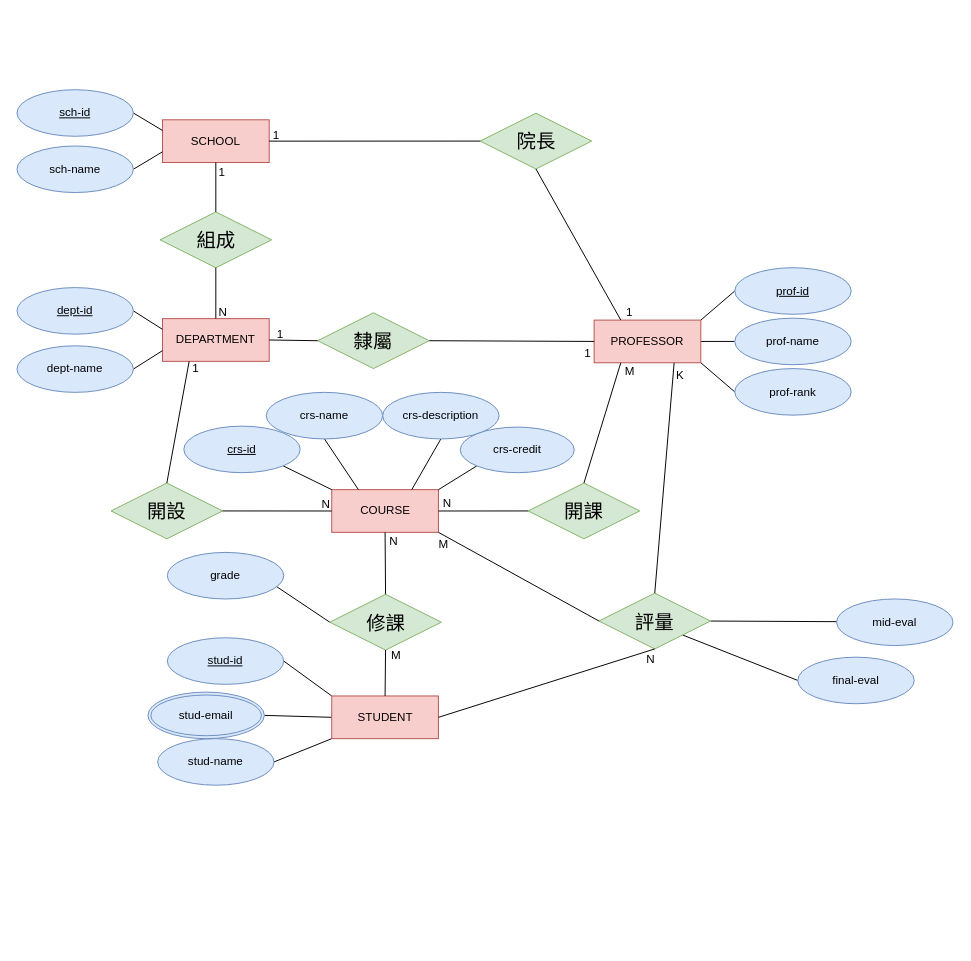
Before: page "校務教務資料庫3" (6 of 6) of HW1/HW1.drawio in alicejimmy/2022-Bioinformatics-and-Medical-Databases-HW, a draw.io diagram. Source tidied: cells renumbered, new cells numbered last; positions are measured from the earlier drawing's top-left corner, leaving out a move shared by most shapes. Both pictures are drawn from the tidied source at 97%, with x=0, y=0 at pixel (16, 89).
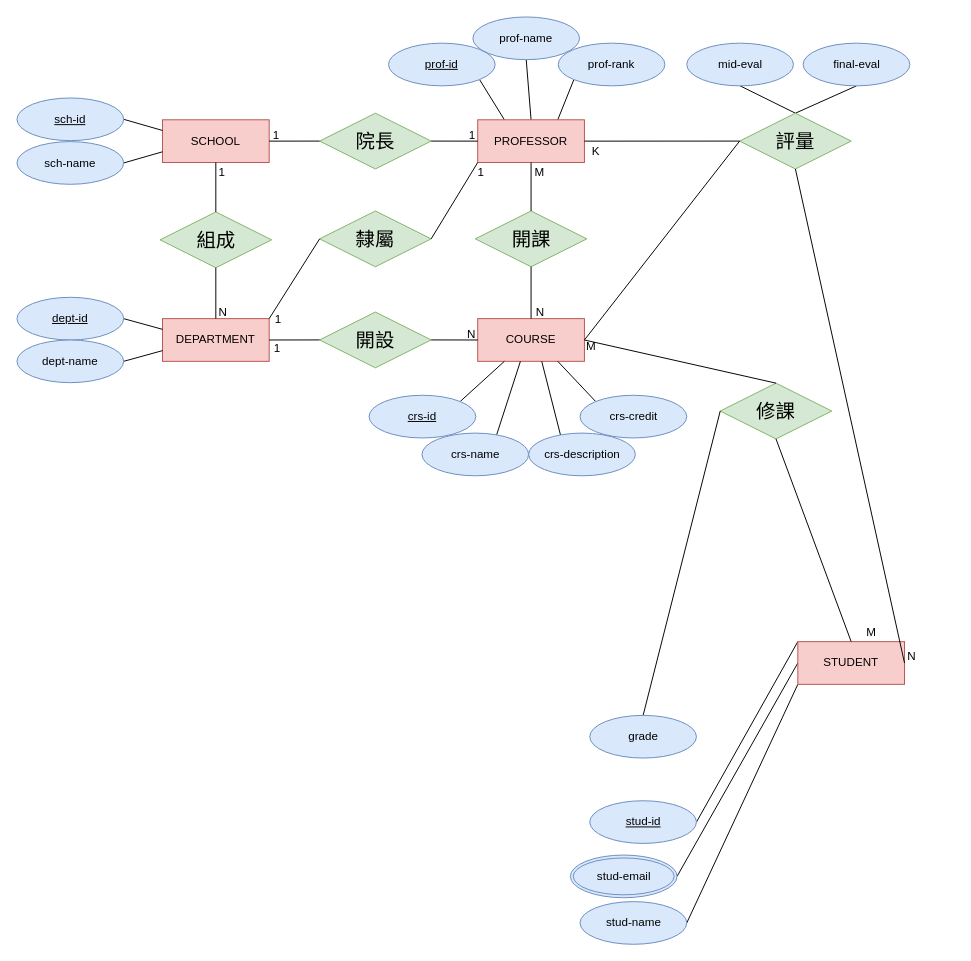
The same diagram, later.

The change refers to these unchanged cells:
```xml
<mxCell id="7" value="DEPARTMENT" style="whiteSpace=wrap;html=1;align=center;fillColor=#f8cecc;strokeColor=#b85450;" parent="1" vertex="1">
  <mxGeometry x="150" y="236" width="110" height="44" as="geometry" />
</mxCell>
```

The edit, as a diff of the source:
```diff
@@
     <mxCell id="4" value="sch-id" style="ellipse;whiteSpace=wrap;html=1;align=center;fontStyle=4;fillColor=#dae8fc;strokeColor=#6c8ebf;" parent="1" vertex="1">
-      <mxGeometry width="120" height="48" as="geometry" />
+      <mxGeometry y="8.5" width="110" height="44" as="geometry" />
     </mxCell>
@@
     <mxCell id="6" value="sch-name" style="ellipse;whiteSpace=wrap;html=1;align=center;fillColor=#dae8fc;strokeColor=#6c8ebf;" parent="1" vertex="1">
-      <mxGeometry y="58" width="120" height="48" as="geometry" />
+      <mxGeometry y="53.5" width="110" height="44" as="geometry" />
     </mxCell>
@@
     <mxCell id="9" value="dept-id" style="ellipse;whiteSpace=wrap;html=1;align=center;fontStyle=4;fillColor=#dae8fc;strokeColor=#6c8ebf;" parent="1" vertex="1">
-      <mxGeometry y="204" width="120" height="48" as="geometry" />
+      <mxGeometry y="214" width="110" height="44" as="geometry" />
     </mxCell>
@@
     <mxCell id="11" value="dept-name" style="ellipse;whiteSpace=wrap;html=1;align=center;fillColor=#dae8fc;strokeColor=#6c8ebf;" parent="1" vertex="1">
-      <mxGeometry y="264" width="120" height="48" as="geometry" />
+      <mxGeometry y="258" width="110" height="44" as="geometry" />
     </mxCell>
-    <mxCell id="12" value="COURSE" style="whiteSpace=wrap;html=1;align=center;fillColor=#f8cecc;strokeColor=#b85450;" parent="1" vertex="1">
-      <mxGeometry x="324.5" y="412.3" width="110" height="44" as="geometry" />
+    <mxCell id="12" value="COURSE" style="whiteSpace=wrap;html=1;align=center;fillColor=#f8cecc;strokeColor=#b85450;points=[[0,0,0,0,0],[0,0.25,0,0,0],[0,0.5,0,0,0],[0,0.75,0,0,0],[0,1,0,0,0],[0.25,0,0,0,0],[0.25,1,0,0,0],[0.4,1,0,0,0],[0.5,0,0,0,0],[0.5,1,0,0,0],[0.6,1,0,0,0],[0.75,0,0,0,0],[0.75,1,0,0,0],[1,0,0,0,0],[1,0.25,0,0,0],[1,0.5,0,0,0],[1,0.75,0,0,0],[1,1,0,0,0]];" parent="1" vertex="1">
+      <mxGeometry x="475" y="236" width="110" height="44" as="geometry" />
     </mxCell>
@@
     <mxCell id="16" value="STUDENT" style="whiteSpace=wrap;html=1;align=center;fillColor=#f8cecc;strokeColor=#b85450;" parent="1" vertex="1">
-      <mxGeometry x="324.5" y="625" width="110" height="44" as="geometry" />
+      <mxGeometry x="805" y="569" width="110" height="44" as="geometry" />
     </mxCell>
     <mxCell id="17" value="stud-id" style="ellipse;whiteSpace=wrap;html=1;align=center;fontStyle=4;fillColor=#dae8fc;strokeColor=#6c8ebf;" parent="1" vertex="1">
-      <mxGeometry x="155" y="565" width="120" height="48" as="geometry" />
+      <mxGeometry x="590.5" y="733" width="110" height="44" as="geometry" />
     </mxCell>
     <mxCell id="18" value="stud-name" style="ellipse;whiteSpace=wrap;html=1;align=center;fillColor=#dae8fc;strokeColor=#6c8ebf;" parent="1" vertex="1">
-      <mxGeometry x="145" y="669" width="120" height="48" as="geometry" />
+      <mxGeometry x="580.5" y="837" width="110" height="44" as="geometry" />
     </mxCell>
     <mxCell id="19" value="stud-email" style="ellipse;shape=doubleEllipse;margin=3;whiteSpace=wrap;html=1;align=center;fillColor=#dae8fc;strokeColor=#6c8ebf;" parent="1" vertex="1">
-      <mxGeometry x="135" y="621" width="120" height="48" as="geometry" />
+      <mxGeometry x="570.5" y="789" width="110" height="44" as="geometry" />
     </mxCell>
-    <mxCell id="20" style="edgeStyle=none;rounded=0;jettySize=auto;html=1;exitX=1;exitY=0;exitDx=0;exitDy=0;entryX=0;entryY=0.5;entryDx=0;entryDy=0;endArrow=none;endFill=0;" parent="1" edge="1" source="23" target="24">
+    <mxCell id="20" style="edgeStyle=none;rounded=0;jettySize=auto;html=1;exitX=0.25;exitY=0;exitDx=0;exitDy=0;entryX=1;entryY=1;entryDx=0;entryDy=0;endArrow=none;endFill=0;" parent="1" edge="1" source="23" target="24">
       <mxGeometry relative="1" as="geometry" />
     </mxCell>
-    <mxCell id="21" style="edgeStyle=none;rounded=0;jettySize=auto;html=1;exitX=1;exitY=0.5;exitDx=0;exitDy=0;entryX=0;entryY=0.5;entryDx=0;entryDy=0;endArrow=none;endFill=0;" parent="1" edge="1" source="23" target="25">
+    <mxCell id="21" style="edgeStyle=none;rounded=0;jettySize=auto;html=1;exitX=0.5;exitY=0;exitDx=0;exitDy=0;entryX=0.5;entryY=1;entryDx=0;entryDy=0;endArrow=none;endFill=0;" parent="1" edge="1" source="23" target="25">
       <mxGeometry relative="1" as="geometry" />
     </mxCell>
-    <mxCell id="22" style="edgeStyle=none;rounded=0;jettySize=auto;html=1;exitX=1;exitY=1;exitDx=0;exitDy=0;entryX=0;entryY=0.5;entryDx=0;entryDy=0;endArrow=none;endFill=0;" parent="1" edge="1" source="23" target="26">
+    <mxCell id="22" style="edgeStyle=none;rounded=0;jettySize=auto;html=1;exitX=0.75;exitY=0;exitDx=0;exitDy=0;entryX=0;entryY=1;entryDx=0;entryDy=0;endArrow=none;endFill=0;" parent="1" edge="1" source="23" target="26">
       <mxGeometry relative="1" as="geometry" />
     </mxCell>
     <mxCell id="23" value="PROFESSOR" style="whiteSpace=wrap;html=1;align=center;fillColor=#f8cecc;strokeColor=#b85450;" parent="1" vertex="1">
-      <mxGeometry x="595" y="237.5" width="110" height="44" as="geometry" />
+      <mxGeometry x="475" y="31" width="110" height="44" as="geometry" />
     </mxCell>
     <mxCell id="24" value="prof-id" style="ellipse;whiteSpace=wrap;html=1;align=center;fontStyle=4;fillColor=#dae8fc;strokeColor=#6c8ebf;" parent="1" vertex="1">
-      <mxGeometry x="740" y="183.5" width="120" height="48" as="geometry" />
+      <mxGeometry x="383" y="-48" width="110" height="44" as="geometry" />
     </mxCell>
     <mxCell id="25" value="prof-name" style="ellipse;whiteSpace=wrap;html=1;align=center;fillColor=#dae8fc;strokeColor=#6c8ebf;" parent="1" vertex="1">
-      <mxGeometry x="740" y="235.5" width="120" height="48" as="geometry" />
+      <mxGeometry x="470" y="-75" width="110" height="44" as="geometry" />
     </mxCell>
     <mxCell id="26" value="prof-rank" style="ellipse;whiteSpace=wrap;html=1;align=center;fillColor=#dae8fc;strokeColor=#6c8ebf;" parent="1" vertex="1">
-      <mxGeometry x="740" y="287.5" width="120" height="48" as="geometry" />
+      <mxGeometry x="558" y="-48" width="110" height="44" as="geometry" />
     </mxCell>
@@
     <mxCell id="32" value="開設" style="shape=rhombus;perimeter=rhombusPerimeter;whiteSpace=wrap;html=1;align=center;shadow=0;labelBackgroundColor=none;sketch=0;fontSize=20;fillColor=#d5e8d4;strokeColor=#82b366;" parent="1" vertex="1">
-      <mxGeometry x="97" y="405.5" width="115" height="57.5" as="geometry" />
+      <mxGeometry x="312" y="229.2" width="115" height="57.5" as="geometry" />
     </mxCell>
-    <mxCell id="33" style="endArrow=none;html=1;rounded=0;exitX=0.5;exitY=0;exitDx=0;exitDy=0;entryX=0.25;entryY=1;entryDx=0;entryDy=0;" parent="1" edge="1" source="32" target="7">
+    <mxCell id="33" style="endArrow=none;html=1;rounded=0;exitX=0;exitY=0.5;exitDx=0;exitDy=0;entryX=1;entryY=0.5;entryDx=0;entryDy=0;" parent="1" edge="1" source="32" target="7">
       <mxGeometry relative="1" as="geometry" />
     </mxCell>
     <mxCell id="34" value="1" style="html=1;align=right;verticalAlign=bottom;" parent="33" vertex="1">
       <mxGeometry x="1" relative="1" as="geometry">
-        <mxPoint x="10" y="15" as="offset" />
+        <mxPoint x="12" y="17" as="offset" />
       </mxGeometry>
     </mxCell>
@@
     <mxCell id="37" value="開課" style="shape=rhombus;perimeter=rhombusPerimeter;whiteSpace=wrap;html=1;align=center;shadow=0;labelBackgroundColor=none;sketch=0;fontSize=20;fillColor=#d5e8d4;strokeColor=#82b366;" parent="1" vertex="1">
-      <mxGeometry x="527" y="405.5" width="115" height="57.5" as="geometry" />
+      <mxGeometry x="472.5" y="125" width="115" height="57.5" as="geometry" />
     </mxCell>
-    <mxCell id="38" style="endArrow=none;html=1;rounded=0;exitX=0;exitY=0.5;exitDx=0;exitDy=0;entryX=1;entryY=0.5;entryDx=0;entryDy=0;" parent="1" edge="1" source="37" target="12">
+    <mxCell id="38" style="endArrow=none;html=1;rounded=0;exitX=0.5;exitY=1;exitDx=0;exitDy=0;entryX=0.5;entryY=0;entryDx=0;entryDy=0;" parent="1" edge="1" source="37" target="12">
       <mxGeometry relative="1" as="geometry" />
     </mxCell>
@@
-    <mxCell id="40" style="endArrow=none;html=1;rounded=0;exitX=0.5;exitY=0;exitDx=0;exitDy=0;entryX=0.25;entryY=1;entryDx=0;entryDy=0;" parent="1" edge="1" source="37" target="23">
+    <mxCell id="40" style="endArrow=none;html=1;rounded=0;exitX=0.5;exitY=0;exitDx=0;exitDy=0;entryX=0.5;entryY=1;entryDx=0;entryDy=0;" parent="1" edge="1" source="37" target="23">
       <mxGeometry relative="1" as="geometry" />
     </mxCell>
@@
     <mxCell id="42" value="修課" style="shape=rhombus;perimeter=rhombusPerimeter;whiteSpace=wrap;html=1;align=center;shadow=0;labelBackgroundColor=none;sketch=0;fontSize=20;fillColor=#d5e8d4;strokeColor=#82b366;points=[[0,0.5,0,0,0],[0.13,0.37,0,0,0],[0.13,0.64,0,0,0],[0.25,0.24,0,0,0],[0.25,0.75,0,0,0],[0.5,0,0,0,0],[0.5,1,0,0,0],[0.75,0.24,0,0,0],[0.75,0.75,0,0,0],[1,0.5,0,0,0]];" parent="1" vertex="1">
-      <mxGeometry x="322.5" y="520.2" width="115" height="57.5" as="geometry" />
+      <mxGeometry x="725" y="302.5" width="115" height="57.5" as="geometry" />
     </mxCell>
-    <mxCell id="43" style="endArrow=none;html=1;rounded=0;exitX=0.5;exitY=0;exitDx=0;exitDy=0;entryX=0.5;entryY=1;entryDx=0;entryDy=0;" parent="1" edge="1" source="42" target="12">
-      <mxGeometry relative="1" as="geometry" />
-    </mxCell>
-    <mxCell id="44" value="N" style="html=1;align=right;verticalAlign=bottom;" parent="43" vertex="1">
-      <mxGeometry x="1" relative="1" as="geometry">
-        <mxPoint x="14" y="18" as="offset" />
-      </mxGeometry>
-    </mxCell>
-    <mxCell id="45" style="endArrow=none;html=1;rounded=0;exitX=0.5;exitY=1;exitDx=0;exitDy=0;entryX=0.5;entryY=0;entryDx=0;entryDy=0;exitPerimeter=0;" parent="1" edge="1" source="42" target="16">
-      <mxGeometry relative="1" as="geometry" />
-    </mxCell>
-    <mxCell id="46" value="M" style="html=1;align=right;verticalAlign=bottom;" parent="45" vertex="1">
-      <mxGeometry x="1" relative="1" as="geometry">
-        <mxPoint x="16" y="-34" as="offset" />
-      </mxGeometry>
-    </mxCell>
@@
     <mxCell id="48" value="grade" style="ellipse;whiteSpace=wrap;html=1;align=center;fillColor=#dae8fc;strokeColor=#6c8ebf;" parent="1" vertex="1">
-      <mxGeometry x="155" y="477" width="120" height="48" as="geometry" />
+      <mxGeometry x="590.5" y="645" width="110" height="44" as="geometry" />
     </mxCell>
-    <mxCell id="49" style="edgeStyle=none;rounded=0;jettySize=auto;html=1;exitX=1;exitY=0.5;exitDx=0;exitDy=0;endArrow=none;endFill=0;entryX=1;entryY=0.5;entryDx=0;entryDy=0;" parent="1" edge="1" source="50" target="68">
+    <mxCell id="49" style="edgeStyle=none;rounded=0;jettySize=auto;html=1;exitX=0.5;exitY=1;exitDx=0;exitDy=0;endArrow=none;endFill=0;entryX=0.5;entryY=0;entryDx=0;entryDy=0;" parent="1" edge="1" source="50" target="68">
       <mxGeometry relative="1" as="geometry" />
     </mxCell>
     <mxCell id="50" value="mid-eval" style="ellipse;whiteSpace=wrap;html=1;align=center;fillColor=#dae8fc;strokeColor=#6c8ebf;" parent="1" vertex="1">
-      <mxGeometry x="845" y="525" width="120" height="48" as="geometry" />
+      <mxGeometry x="690.5" y="-48" width="110" height="44" as="geometry" />
     </mxCell>
-    <mxCell id="51" style="edgeStyle=none;rounded=0;jettySize=auto;html=1;exitX=0;exitY=0.5;exitDx=0;exitDy=0;endArrow=none;endFill=0;entryX=1;entryY=1;entryDx=0;entryDy=0;" parent="1" edge="1" source="52" target="68">
+    <mxCell id="51" style="edgeStyle=none;rounded=0;jettySize=auto;html=1;exitX=0.5;exitY=1;exitDx=0;exitDy=0;endArrow=none;endFill=0;entryX=0.5;entryY=0;entryDx=0;entryDy=0;" parent="1" edge="1" source="52" target="68">
       <mxGeometry relative="1" as="geometry" />
     </mxCell>
     <mxCell id="52" value="final-eval" style="ellipse;whiteSpace=wrap;html=1;align=center;fillColor=#dae8fc;strokeColor=#6c8ebf;" parent="1" vertex="1">
-      <mxGeometry x="805" y="585" width="120" height="48" as="geometry" />
+      <mxGeometry x="810.5" y="-48" width="110" height="44" as="geometry" />
     </mxCell>
     <mxCell id="53" value="院長" style="shape=rhombus;perimeter=rhombusPerimeter;whiteSpace=wrap;html=1;align=center;shadow=0;labelBackgroundColor=none;sketch=0;fontSize=20;fillColor=#d5e8d4;strokeColor=#82b366;" parent="1" vertex="1">
-      <mxGeometry x="477.5" y="24.2" width="115" height="57.5" as="geometry" />
+      <mxGeometry x="312" y="24.2" width="115" height="57.5" as="geometry" />
     </mxCell>
-    <mxCell id="54" style="endArrow=none;html=1;rounded=0;exitX=0.5;exitY=1;exitDx=0;exitDy=0;entryX=0.25;entryY=0;entryDx=0;entryDy=0;" parent="1" edge="1" source="53" target="23">
+    <mxCell id="54" style="endArrow=none;html=1;rounded=0;exitX=1;exitY=0.5;exitDx=0;exitDy=0;entryX=0;entryY=0.5;entryDx=0;entryDy=0;" parent="1" edge="1" source="53" target="23">
       <mxGeometry relative="1" as="geometry" />
     </mxCell>
     <mxCell id="55" value="1" style="html=1;align=right;verticalAlign=bottom;" parent="54" vertex="1">
       <mxGeometry x="1" relative="1" as="geometry">
-        <mxPoint x="12" as="offset" />
+        <mxPoint x="-2" y="2" as="offset" />
       </mxGeometry>
     </mxCell>
@@
-    <mxCell id="58" style="edgeStyle=none;rounded=0;jettySize=auto;html=1;entryX=1;entryY=1;entryDx=0;entryDy=0;endArrow=none;endFill=0;exitX=0;exitY=0;exitDx=0;exitDy=0;" parent="1" edge="1" source="12" target="62">
+    <mxCell id="58" style="edgeStyle=none;rounded=0;jettySize=auto;html=1;entryX=1;entryY=0;entryDx=0;entryDy=0;endArrow=none;endFill=0;exitX=0.25;exitY=1;exitDx=0;exitDy=0;exitPerimeter=0;" parent="1" edge="1" source="12" target="62">
       <mxGeometry relative="1" as="geometry" />
     </mxCell>
-    <mxCell id="59" style="edgeStyle=none;rounded=0;jettySize=auto;html=1;entryX=0.5;entryY=1;entryDx=0;entryDy=0;endArrow=none;endFill=0;exitX=0.25;exitY=0;exitDx=0;exitDy=0;" parent="1" edge="1" source="12" target="63">
+    <mxCell id="59" style="edgeStyle=none;rounded=0;jettySize=auto;html=1;entryX=0.7;entryY=0.04;entryDx=0;entryDy=0;endArrow=none;endFill=0;exitX=0.4;exitY=1;exitDx=0;exitDy=0;entryPerimeter=0;exitPerimeter=0;" parent="1" edge="1" source="12" target="63">
       <mxGeometry relative="1" as="geometry" />
     </mxCell>
-    <mxCell id="60" style="edgeStyle=none;rounded=0;jettySize=auto;html=1;entryX=0.5;entryY=1;entryDx=0;entryDy=0;endArrow=none;endFill=0;exitX=0.75;exitY=0;exitDx=0;exitDy=0;" parent="1" edge="1" source="12" target="64">
+    <mxCell id="60" style="edgeStyle=none;rounded=0;jettySize=auto;html=1;entryX=0.3;entryY=0.06;entryDx=0;entryDy=0;endArrow=none;endFill=0;exitX=0.6;exitY=1;exitDx=0;exitDy=0;entryPerimeter=0;exitPerimeter=0;" parent="1" edge="1" source="12" target="64">
       <mxGeometry relative="1" as="geometry" />
     </mxCell>
-    <mxCell id="61" style="edgeStyle=none;rounded=0;jettySize=auto;html=1;entryX=0;entryY=1;entryDx=0;entryDy=0;endArrow=none;endFill=0;exitX=1;exitY=0;exitDx=0;exitDy=0;" parent="1" edge="1" source="12" target="65">
+    <mxCell id="61" style="edgeStyle=none;rounded=0;jettySize=auto;html=1;entryX=0;entryY=0;entryDx=0;entryDy=0;endArrow=none;endFill=0;exitX=0.75;exitY=1;exitDx=0;exitDy=0;exitPerimeter=0;" parent="1" edge="1" source="12" target="65">
       <mxGeometry relative="1" as="geometry" />
     </mxCell>
     <mxCell id="62" value="crs-id" style="ellipse;whiteSpace=wrap;html=1;align=center;fontStyle=4;fillColor=#dae8fc;strokeColor=#6c8ebf;" parent="1" vertex="1">
-      <mxGeometry x="172" y="346.8" width="120" height="48" as="geometry" />
+      <mxGeometry x="363" y="315" width="110" height="44" as="geometry" />
     </mxCell>
-    <mxCell id="63" value="crs-name" style="ellipse;whiteSpace=wrap;html=1;align=center;fillColor=#dae8fc;strokeColor=#6c8ebf;" parent="1" vertex="1">
-      <mxGeometry x="257" y="312" width="120" height="48" as="geometry" />
+    <mxCell id="63" value="crs-name" style="ellipse;whiteSpace=wrap;html=1;align=center;fillColor=#dae8fc;strokeColor=#6c8ebf;points=[[0,0.5,0,0,0],[0.15,0.15,0,0,0],[0.15,0.85,0,0,0],[0.5,0,0,0,0],[0.5,1,0,0,0],[0.7,0.04,0,0,0],[0.7,0.98,0,0,0],[0.85,0.15,0,0,0],[0.85,0.85,0,0,0],[1,0.5,0,0,0]];" parent="1" vertex="1">
+      <mxGeometry x="417.5" y="354" width="110" height="44" as="geometry" />
     </mxCell>
-    <mxCell id="64" value="crs-description" style="ellipse;whiteSpace=wrap;html=1;align=center;fillColor=#dae8fc;strokeColor=#6c8ebf;" parent="1" vertex="1">
-      <mxGeometry x="377" y="312" width="120" height="48" as="geometry" />
+    <mxCell id="64" value="crs-description" style="ellipse;whiteSpace=wrap;html=1;align=center;fillColor=#dae8fc;strokeColor=#6c8ebf;points=[[0,0.5,0,0,0],[0.15,0.15,0,0,0],[0.15,0.85,0,0,0],[0.3,0.06,0,0,0],[0.3,0.94,0,0,0],[0.5,0,0,0,0],[0.5,1,0,0,0],[0.85,0.15,0,0,0],[0.85,0.85,0,0,0],[1,0.5,0,0,0]];" parent="1" vertex="1">
+      <mxGeometry x="527.5" y="354" width="110" height="44" as="geometry" />
     </mxCell>
     <mxCell id="65" value="crs-credit" style="ellipse;whiteSpace=wrap;html=1;align=center;fillColor=#dae8fc;strokeColor=#6c8ebf;" parent="1" vertex="1">
-      <mxGeometry x="457" y="347.8" width="117.5" height="47" as="geometry" />
+      <mxGeometry x="580.5" y="315" width="110" height="44" as="geometry" />
     </mxCell>
     <mxCell id="66" value="隸屬" style="shape=rhombus;perimeter=rhombusPerimeter;whiteSpace=wrap;html=1;align=center;shadow=0;labelBackgroundColor=none;sketch=0;fontSize=20;fillColor=#d5e8d4;strokeColor=#82b366;" parent="1" vertex="1">
-      <mxGeometry x="310" y="230" width="115" height="57.5" as="geometry" />
+      <mxGeometry x="312" y="125" width="115" height="57.5" as="geometry" />
     </mxCell>
-    <mxCell id="67" style="endArrow=none;html=1;rounded=0;exitX=0;exitY=0.5;exitDx=0;exitDy=0;entryX=1;entryY=0.5;entryDx=0;entryDy=0;" parent="1" edge="1" source="66" target="7">
+    <mxCell id="67" style="endArrow=none;html=1;rounded=0;exitX=0;exitY=0.5;exitDx=0;exitDy=0;entryX=1;entryY=0;entryDx=0;entryDy=0;" parent="1" edge="1" source="66" target="7">
       <mxGeometry relative="1" as="geometry" />
     </mxCell>
     <mxCell id="68" value="評量" style="shape=rhombus;perimeter=rhombusPerimeter;whiteSpace=wrap;html=1;align=center;shadow=0;labelBackgroundColor=none;sketch=0;fontSize=20;fillColor=#d5e8d4;strokeColor=#82b366;" parent="1" vertex="1">
-      <mxGeometry x="600" y="519" width="115" height="57.5" as="geometry" />
+      <mxGeometry x="745" y="24.2" width="115" height="57.5" as="geometry" />
     </mxCell>
-    <mxCell id="69" style="endArrow=none;html=1;rounded=0;exitX=1;exitY=0.5;exitDx=0;exitDy=0;entryX=0;entryY=0.5;entryDx=0;entryDy=0;" parent="1" edge="1" source="66" target="23">
+    <mxCell id="69" style="endArrow=none;html=1;rounded=0;exitX=1;exitY=0.5;exitDx=0;exitDy=0;entryX=0;entryY=1;entryDx=0;entryDy=0;" parent="1" edge="1" source="66" target="23">
       <mxGeometry relative="1" as="geometry" />
     </mxCell>
     <mxCell id="70" value="1" style="html=1;align=right;verticalAlign=bottom;" parent="69" vertex="1">
       <mxGeometry x="1" relative="1" as="geometry">
-        <mxPoint x="-3" y="21" as="offset" />
+        <mxPoint x="7" y="18" as="offset" />
       </mxGeometry>
     </mxCell>
     <mxCell id="71" value="1" style="html=1;align=right;verticalAlign=bottom;" parent="1" vertex="1">
-      <mxGeometry x="275" y="259.5" as="geometry" />
+      <mxGeometry x="273" y="244.5" as="geometry" />
     </mxCell>
+    <mxCell id="73" style="endArrow=none;html=1;rounded=0;exitX=0;exitY=0.5;exitDx=0;exitDy=0;entryX=1;entryY=0.5;entryDx=0;entryDy=0;" parent="1" edge="1" source="68" target="12">
+      <mxGeometry relative="1" as="geometry" />
+    </mxCell>
-    <mxCell id="72" style="endArrow=none;html=1;rounded=0;exitX=0.5;exitY=0;exitDx=0;exitDy=0;entryX=0.75;entryY=1;entryDx=0;entryDy=0;" parent="1" edge="1" source="68" target="23">
+    <mxCell id="72" style="endArrow=none;html=1;rounded=0;exitX=0;exitY=0.5;exitDx=0;exitDy=0;entryX=1;entryY=0.5;entryDx=0;entryDy=0;" parent="1" edge="1" source="68" target="23">
       <mxGeometry relative="1" as="geometry" />
     </mxCell>
-    <mxCell id="73" style="endArrow=none;html=1;rounded=0;exitX=0;exitY=0.5;exitDx=0;exitDy=0;entryX=1;entryY=1;entryDx=0;entryDy=0;" parent="1" edge="1" source="68" target="12">
-      <mxGeometry relative="1" as="geometry" />
-    </mxCell>
-    <mxCell id="74" style="endArrow=none;html=1;rounded=0;exitX=1;exitY=0.5;exitDx=0;exitDy=0;entryX=0.5;entryY=1;entryDx=0;entryDy=0;" parent="1" edge="1" source="16" target="68">
-      <mxGeometry relative="1" as="geometry" />
-    </mxCell>
-    <mxCell id="75" value="N" style="html=1;align=right;verticalAlign=bottom;" parent="1" vertex="1">
-      <mxGeometry x="657.5" y="595" as="geometry" />
-    </mxCell>
-    <mxCell id="76" value="M" style="html=1;align=right;verticalAlign=bottom;" parent="1" vertex="1">
-      <mxGeometry x="445" y="477" as="geometry" />
-    </mxCell>
-    <mxCell id="77" value="K" style="html=1;align=right;verticalAlign=bottom;" parent="1" vertex="1">
-      <mxGeometry x="457" y="487" as="geometry">
-        <mxPoint x="231" y="-184" as="offset" />
+    <mxCell id="77" value="K" style="html=1;align=right;verticalAlign=bottom;" parent="72" vertex="1">
+      <mxGeometry x="1" relative="1" as="geometry">
+        <mxPoint x="16" y="19" as="offset" />
       </mxGeometry>
     </mxCell>
+    <mxCell id="43" style="endArrow=none;html=1;rounded=0;exitX=0.5;exitY=0;exitDx=0;exitDy=0;entryX=1;entryY=0.5;entryDx=0;entryDy=0;exitPerimeter=0;" parent="1" edge="1" source="42" target="12">
+      <mxGeometry relative="1" as="geometry" />
+    </mxCell>
+    <mxCell id="78" value="M" style="html=1;align=right;verticalAlign=bottom;" parent="43" vertex="1">
+      <mxGeometry x="1" relative="1" as="geometry">
+        <mxPoint x="12" y="15" as="offset" />
+      </mxGeometry>
+    </mxCell>
+    <mxCell id="45" style="endArrow=none;html=1;rounded=0;exitX=0.5;exitY=1;exitDx=0;exitDy=0;entryX=0.5;entryY=0;entryDx=0;entryDy=0;exitPerimeter=0;" parent="1" edge="1" source="42" target="16">
+      <mxGeometry relative="1" as="geometry" />
+    </mxCell>
+    <mxCell id="79" value="M" style="html=1;align=right;verticalAlign=bottom;" parent="45" vertex="1">
+      <mxGeometry x="1" relative="1" as="geometry">
+        <mxPoint x="26" y="-1" as="offset" />
+      </mxGeometry>
+    </mxCell>
+    <mxCell id="80" style="endArrow=none;html=1;rounded=0;exitX=0.5;exitY=1;exitDx=0;exitDy=0;entryX=1;entryY=0.5;entryDx=0;entryDy=0;" parent="1" edge="1" source="68" target="16">
+      <mxGeometry relative="1" as="geometry" />
+    </mxCell>
+    <mxCell id="81" value="N" style="html=1;align=right;verticalAlign=bottom;" parent="80" vertex="1">
+      <mxGeometry x="1" relative="1" as="geometry">
+        <mxPoint x="12" y="1" as="offset" />
+      </mxGeometry>
+    </mxCell>
```
